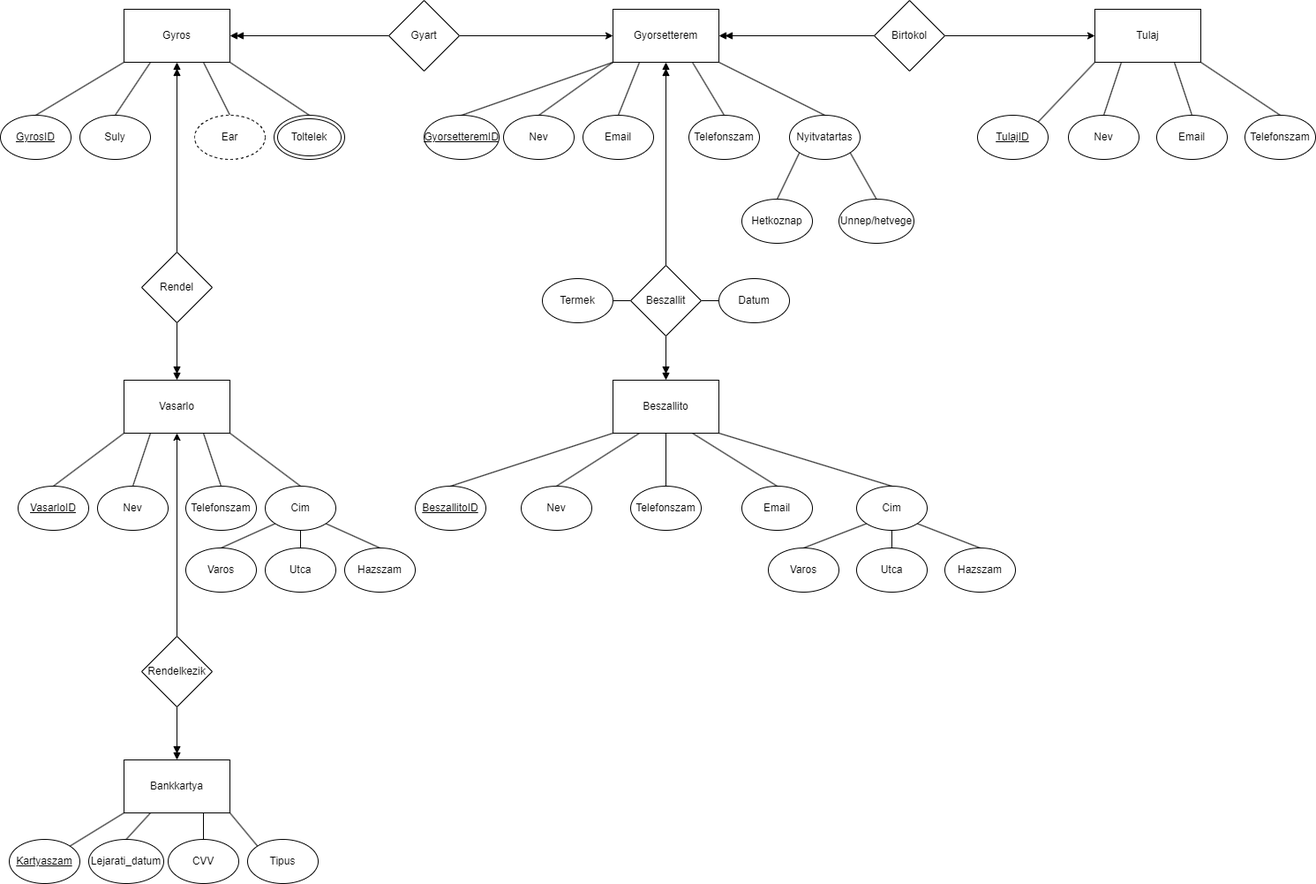
Earlier version of the draw.io export XMLTaskXUE9MH/Elso_feladat/ER_XUE9MH.png (SDaniel626/XUE9MH_XMLGYAK). Source tidied: cells renumbered, new cells last; positions are measured from the earlier drawing's top-left corner, leaving out a move shared by most shapes.
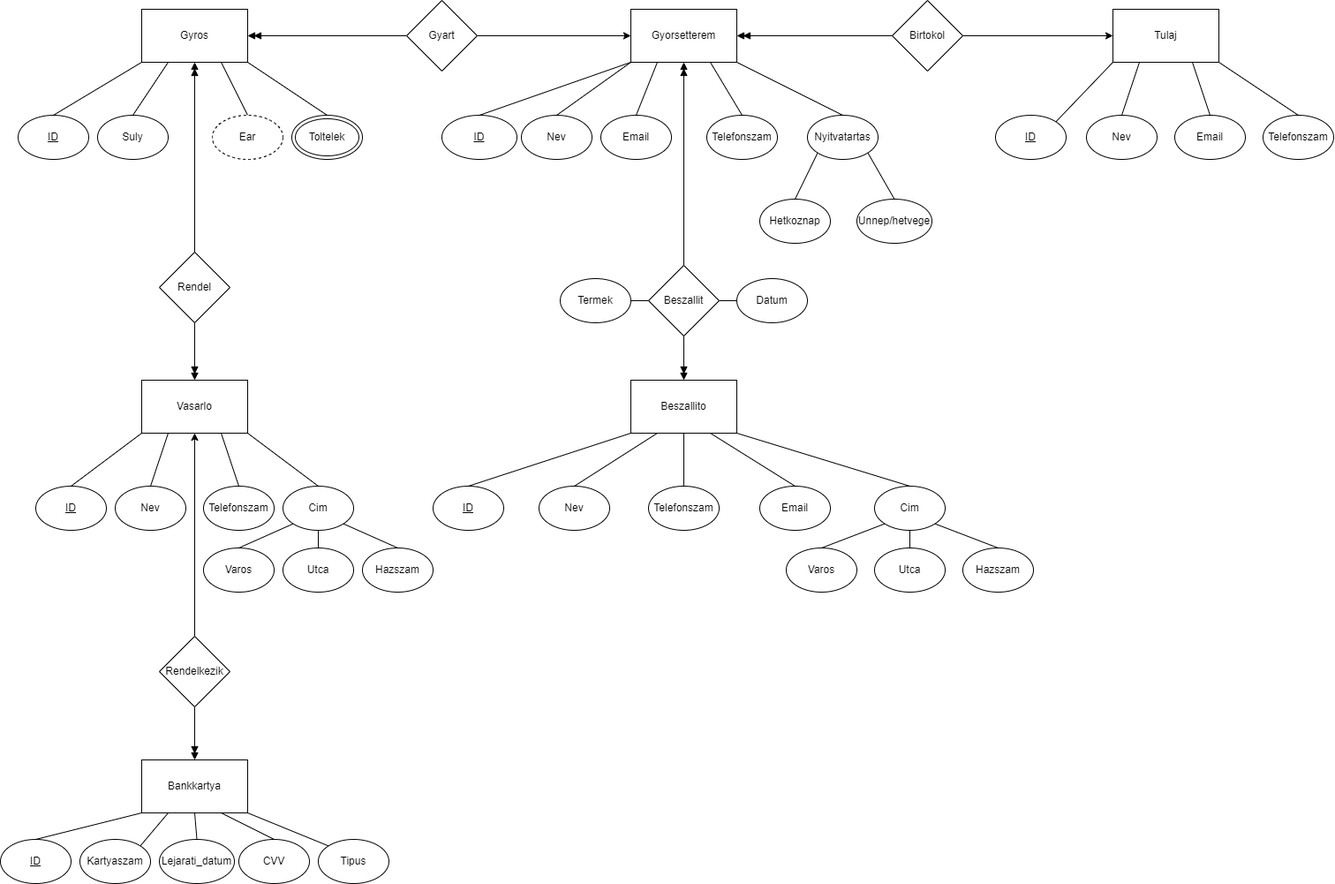
The same diagram one commit later.

The edit, as a diff of the source:
```diff
@@ -83,10 +83,10 @@
     <mxCell id="28" value="Tulaj" style="rounded=0;whiteSpace=wrap;html=1;" parent="1" vertex="1">
       <mxGeometry x="1240" y="10" width="120" height="60" as="geometry" />
     </mxCell>
-    <mxCell id="29" style="rounded=0;jettySize=auto;html=1;exitX=0;exitY=1;exitDx=0;exitDy=0;entryX=1;entryY=0;entryDx=0;entryDy=0;endArrow=none;endFill=0;" parent="1" edge="1" source="33" target="91">
+    <mxCell id="29" style="rounded=0;jettySize=auto;html=1;exitX=0.25;exitY=1;exitDx=0;exitDy=0;entryX=1;entryY=0;entryDx=0;entryDy=0;endArrow=none;endFill=0;" parent="1" edge="1" source="33" target="91">
       <mxGeometry relative="1" as="geometry" />
     </mxCell>
-    <mxCell id="30" style="rounded=0;jettySize=auto;html=1;exitX=0.25;exitY=1;exitDx=0;exitDy=0;entryX=0.5;entryY=0;entryDx=0;entryDy=0;endArrow=none;endFill=0;" parent="1" edge="1" source="33" target="92">
+    <mxCell id="30" style="rounded=0;jettySize=auto;html=1;exitX=0.5;exitY=1;exitDx=0;exitDy=0;entryX=0.5;entryY=0;entryDx=0;entryDy=0;endArrow=none;endFill=0;" parent="1" edge="1" source="33" target="92">
       <mxGeometry relative="1" as="geometry" />
     </mxCell>
     <mxCell id="31" style="rounded=0;jettySize=auto;html=1;exitX=0.75;exitY=1;exitDx=0;exitDy=0;entryX=0.5;entryY=0;entryDx=0;entryDy=0;endArrow=none;endFill=0;" parent="1" edge="1" source="33" target="93">
@@ -95,6 +95,9 @@
     <mxCell id="32" style="rounded=0;jettySize=auto;html=1;exitX=1;exitY=1;exitDx=0;exitDy=0;entryX=0;entryY=0;entryDx=0;entryDy=0;endArrow=none;endFill=0;" parent="1" edge="1" source="33" target="94">
       <mxGeometry relative="1" as="geometry" />
     </mxCell>
+    <mxCell id="95" style="rounded=0;jettySize=auto;html=1;exitX=0;exitY=1;exitDx=0;exitDy=0;entryX=0.5;entryY=0;entryDx=0;entryDy=0;endArrow=none;endFill=0;" parent="1" edge="1" source="33" target="96">
+      <mxGeometry relative="1" as="geometry" />
+    </mxCell>
     <mxCell id="33" value="Bankkartya" style="rounded=0;whiteSpace=wrap;html=1;" parent="1" vertex="1">
       <mxGeometry x="140" y="860" width="120" height="60" as="geometry" />
     </mxCell>
@@ -155,7 +158,7 @@
     <mxCell id="52" value="Datum" style="ellipse;whiteSpace=wrap;html=1;" parent="1" vertex="1">
       <mxGeometry x="814" y="315" width="80" height="50" as="geometry" />
     </mxCell>
-    <mxCell id="53" value="&lt;u&gt;TulajID&lt;/u&gt;" style="ellipse;whiteSpace=wrap;html=1;" parent="1" vertex="1">
+    <mxCell id="53" value="&lt;u style=&quot;border-color: var(--border-color);&quot;&gt;ID&lt;/u&gt;" style="ellipse;whiteSpace=wrap;html=1;" parent="1" vertex="1">
       <mxGeometry x="1107" y="130" width="80" height="50" as="geometry" />
     </mxCell>
     <mxCell id="54" value="Nev" style="ellipse;whiteSpace=wrap;html=1;" parent="1" vertex="1">
@@ -167,7 +170,7 @@
     <mxCell id="56" value="Telefonszam" style="ellipse;whiteSpace=wrap;html=1;" parent="1" vertex="1">
       <mxGeometry x="1410" y="130" width="80" height="50" as="geometry" />
     </mxCell>
-    <mxCell id="57" value="&lt;u&gt;GyorsetteremID&lt;/u&gt;" style="ellipse;whiteSpace=wrap;html=1;" parent="1" vertex="1">
+    <mxCell id="57" value="&lt;u style=&quot;border-color: var(--border-color);&quot;&gt;ID&lt;/u&gt;" style="ellipse;whiteSpace=wrap;html=1;" parent="1" vertex="1">
       <mxGeometry x="480" y="130" width="85" height="50" as="geometry" />
     </mxCell>
     <mxCell id="58" value="Nev" style="ellipse;whiteSpace=wrap;html=1;" parent="1" vertex="1">
@@ -194,7 +197,7 @@
     <mxCell id="65" value="Unnep/hetvege" style="ellipse;whiteSpace=wrap;html=1;" parent="1" vertex="1">
       <mxGeometry x="950" y="225" width="85" height="50" as="geometry" />
     </mxCell>
-    <mxCell id="66" value="&lt;u&gt;BeszallitoID&lt;/u&gt;" style="ellipse;whiteSpace=wrap;html=1;" parent="1" vertex="1">
+    <mxCell id="66" value="&lt;u style=&quot;border-color: var(--border-color);&quot;&gt;ID&lt;/u&gt;" style="ellipse;whiteSpace=wrap;html=1;" parent="1" vertex="1">
       <mxGeometry x="470" y="550" width="80" height="50" as="geometry" />
     </mxCell>
     <mxCell id="67" value="Nev" style="ellipse;whiteSpace=wrap;html=1;" parent="1" vertex="1">
@@ -227,7 +230,7 @@
     <mxCell id="76" value="Hazszam" style="ellipse;whiteSpace=wrap;html=1;" parent="1" vertex="1">
       <mxGeometry x="1070" y="620" width="80" height="50" as="geometry" />
     </mxCell>
-    <mxCell id="77" value="&lt;u&gt;GyrosID&lt;/u&gt;" style="ellipse;whiteSpace=wrap;html=1;" parent="1" vertex="1">
+    <mxCell id="77" value="&lt;u&gt;ID&lt;/u&gt;" style="ellipse;whiteSpace=wrap;html=1;" parent="1" vertex="1">
       <mxGeometry y="130" width="80" height="50" as="geometry" />
     </mxCell>
     <mxCell id="78" value="Suly" style="ellipse;whiteSpace=wrap;html=1;" parent="1" vertex="1">
@@ -239,7 +242,7 @@
     <mxCell id="80" value="Toltelek" style="ellipse;shape=doubleEllipse;whiteSpace=wrap;html=1;" parent="1" vertex="1">
       <mxGeometry x="310" y="130" width="80" height="50" as="geometry" />
     </mxCell>
-    <mxCell id="81" value="&lt;u&gt;VasarloID&lt;/u&gt;" style="ellipse;whiteSpace=wrap;html=1;" parent="1" vertex="1">
+    <mxCell id="81" value="&lt;u style=&quot;border-color: var(--border-color);&quot;&gt;ID&lt;/u&gt;" style="ellipse;whiteSpace=wrap;html=1;" parent="1" vertex="1">
       <mxGeometry x="20" y="550" width="80" height="50" as="geometry" />
     </mxCell>
     <mxCell id="82" value="Nev" style="ellipse;whiteSpace=wrap;html=1;" parent="1" vertex="1">
@@ -269,17 +272,20 @@
     <mxCell id="90" value="Hazszam" style="ellipse;whiteSpace=wrap;html=1;" parent="1" vertex="1">
       <mxGeometry x="390" y="620" width="80" height="50" as="geometry" />
     </mxCell>
-    <mxCell id="91" value="&lt;u&gt;Kartyaszam&lt;/u&gt;" style="ellipse;whiteSpace=wrap;html=1;" parent="1" vertex="1">
-      <mxGeometry x="10" y="950" width="80" height="50" as="geometry" />
+    <mxCell id="91" value="Kartyaszam" style="ellipse;whiteSpace=wrap;html=1;" parent="1" vertex="1">
+      <mxGeometry x="70" y="950" width="80" height="50" as="geometry" />
     </mxCell>
     <mxCell id="92" value="Lejarati_datum" style="ellipse;whiteSpace=wrap;html=1;" parent="1" vertex="1">
-      <mxGeometry x="100" y="950" width="85" height="50" as="geometry" />
+      <mxGeometry x="160" y="950" width="85" height="50" as="geometry" />
     </mxCell>
     <mxCell id="93" value="CVV" style="ellipse;whiteSpace=wrap;html=1;" parent="1" vertex="1">
-      <mxGeometry x="190" y="950" width="80" height="50" as="geometry" />
+      <mxGeometry x="250" y="950" width="80" height="50" as="geometry" />
     </mxCell>
     <mxCell id="94" value="Tipus" style="ellipse;whiteSpace=wrap;html=1;" parent="1" vertex="1">
-      <mxGeometry x="280" y="950" width="80" height="50" as="geometry" />
+      <mxGeometry x="340" y="950" width="80" height="50" as="geometry" />
     </mxCell>
+    <mxCell id="96" value="&lt;u&gt;ID&lt;/u&gt;" style="ellipse;whiteSpace=wrap;html=1;" parent="1" vertex="1">
+      <mxGeometry x="-20" y="950" width="80" height="50" as="geometry" />
+    </mxCell>
   </root>
 </mxGraphModel>
```
